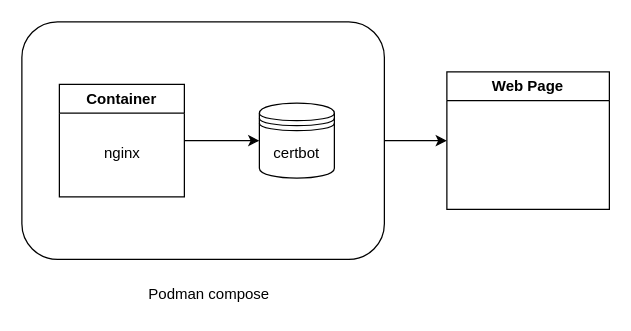
Before: images/proyecto.drawio in rootzilopochtli/tech-docs, a draw.io diagram. Source tidied: cells renumbered, new cells numbered last; positions are measured from the earlier drawing's top-left corner, leaving out a move shared by most shapes. Both pictures are drawn from the tidied source at 125%, with x=0, y=0 at pixel (21, 21).
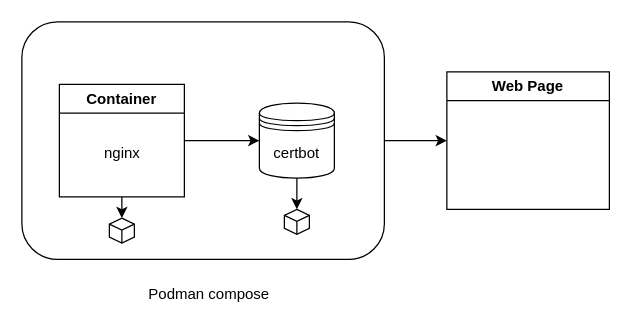
The same diagram, later.

What changed in the source:
```diff
@@
 <mxGraphModel>
   <root>
     <mxCell id="0" />
     <mxCell id="1" parent="0" />
     <mxCell id="2" style="edgeStyle=orthogonalEdgeStyle;rounded=0;jettySize=auto;html=1;exitX=1;exitY=0.5;exitDx=0;exitDy=0;entryX=0;entryY=0.5;entryDx=0;entryDy=0;" parent="1" edge="1" source="3" target="9">
       <mxGeometry relative="1" as="geometry" />
     </mxCell>
     <mxCell id="3" style="rounded=1;whiteSpace=wrap;html=1;" parent="1" vertex="1">
       <mxGeometry width="290" height="190" as="geometry" />
     </mxCell>
     <mxCell id="4" style="edgeStyle=orthogonalEdgeStyle;rounded=0;jettySize=auto;html=1;exitX=1;exitY=0.5;exitDx=0;exitDy=0;" parent="1" edge="1" source="5" target="7">
       <mxGeometry relative="1" as="geometry" />
     </mxCell>
     <mxCell id="5" value="Container" style="swimlane;" parent="1" vertex="1">
       <mxGeometry x="30" y="50" width="100" height="90" as="geometry" />
     </mxCell>
     <mxCell id="6" value="nginx" style="text;html=1;align=center;verticalAlign=middle;strokeColor=none;fillColor=none;" parent="5" vertex="1">
       <mxGeometry x="25" y="40" width="50" height="30" as="geometry" />
     </mxCell>
     <mxCell id="7" value="certbot" style="shape=datastore;whiteSpace=wrap;html=1;" parent="1" vertex="1">
       <mxGeometry x="190" y="65" width="60" height="60" as="geometry" />
     </mxCell>
     <mxCell id="8" value="Podman compose" style="text;html=1;strokeColor=none;fillColor=none;align=center;verticalAlign=middle;whiteSpace=wrap;overflow=hidden;" parent="1" vertex="1">
       <mxGeometry x="100" y="205" width="100" height="25" as="geometry" />
     </mxCell>
     <mxCell id="9" value="Web Page" style="swimlane;whiteSpace=wrap;html=1;" parent="1" vertex="1">
       <mxGeometry x="340" y="40" width="130" height="110" as="geometry" />
     </mxCell>
+    <mxCell id="10" style="html=1;shape=mxgraph.basic.isocube;isoAngle=15;" parent="1" vertex="1">
+      <mxGeometry x="70" y="157" width="20" height="20" as="geometry" />
+    </mxCell>
+    <mxCell id="11" style="html=1;shape=mxgraph.basic.isocube;isoAngle=15;" parent="1" vertex="1">
+      <mxGeometry x="210" y="150" width="20" height="20" as="geometry" />
+    </mxCell>
+    <mxCell id="12" style="edgeStyle=orthogonalEdgeStyle;rounded=0;jettySize=auto;html=1;exitX=0.5;exitY=1;exitDx=0;exitDy=0;entryX=0.5;entryY=0;entryDx=0;entryDy=0;entryPerimeter=0;" parent="1" edge="1" source="5" target="10">
+      <mxGeometry relative="1" as="geometry" />
+    </mxCell>
+    <mxCell id="13" style="edgeStyle=orthogonalEdgeStyle;rounded=0;jettySize=auto;html=1;exitX=0.5;exitY=1;exitDx=0;exitDy=0;entryX=0.5;entryY=0;entryDx=0;entryDy=0;entryPerimeter=0;" parent="1" edge="1" source="7" target="11">
+      <mxGeometry relative="1" as="geometry" />
+    </mxCell>
   </root>
 </mxGraphModel>
```
